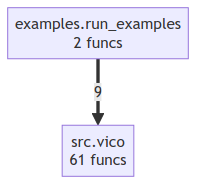
Above: project/compact_flow.png in semcod/vico (Mermaid), before the change. Its source is kept beside it as project/compact_flow.mmd. Source of this version:
```mermaid
flowchart TD
    examples__run_examples["examples.run_examples<br/>2 funcs"]
    src__vico["src.vico<br/>61 funcs"]
    examples__run_examples ==>|9| src__vico
```
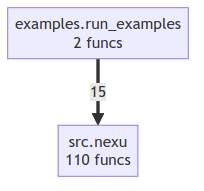
After the commit.

Change to the diagram source:
```diff
@@ -1,4 +1,4 @@
 flowchart TD
     examples__run_examples["examples.run_examples<br/>2 funcs"]
-    src__vico["src.vico<br/>61 funcs"]
-    examples__run_examples ==>|9| src__vico
+    src__nexu["src.nexu<br/>110 funcs"]
+    examples__run_examples ==>|15| src__nexu
```
